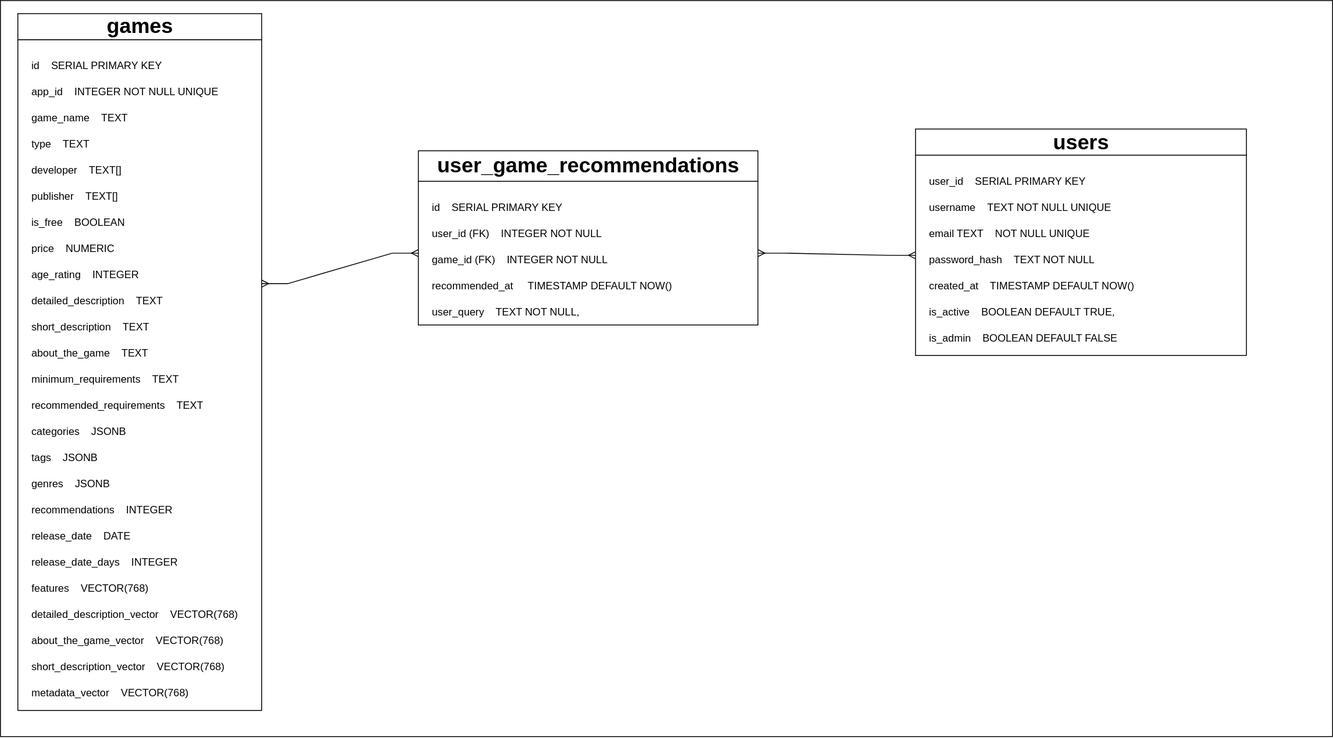
Unsimpable2/GameRecommendation keeps this draw.io diagram as Scripts/Database/Schemat Bazy Danych.svg. Above is the earlier version. Source tidied: cells renumbered, new cells last; positions are measured from the earlier drawing's top-left corner, leaving out a move shared by most shapes.
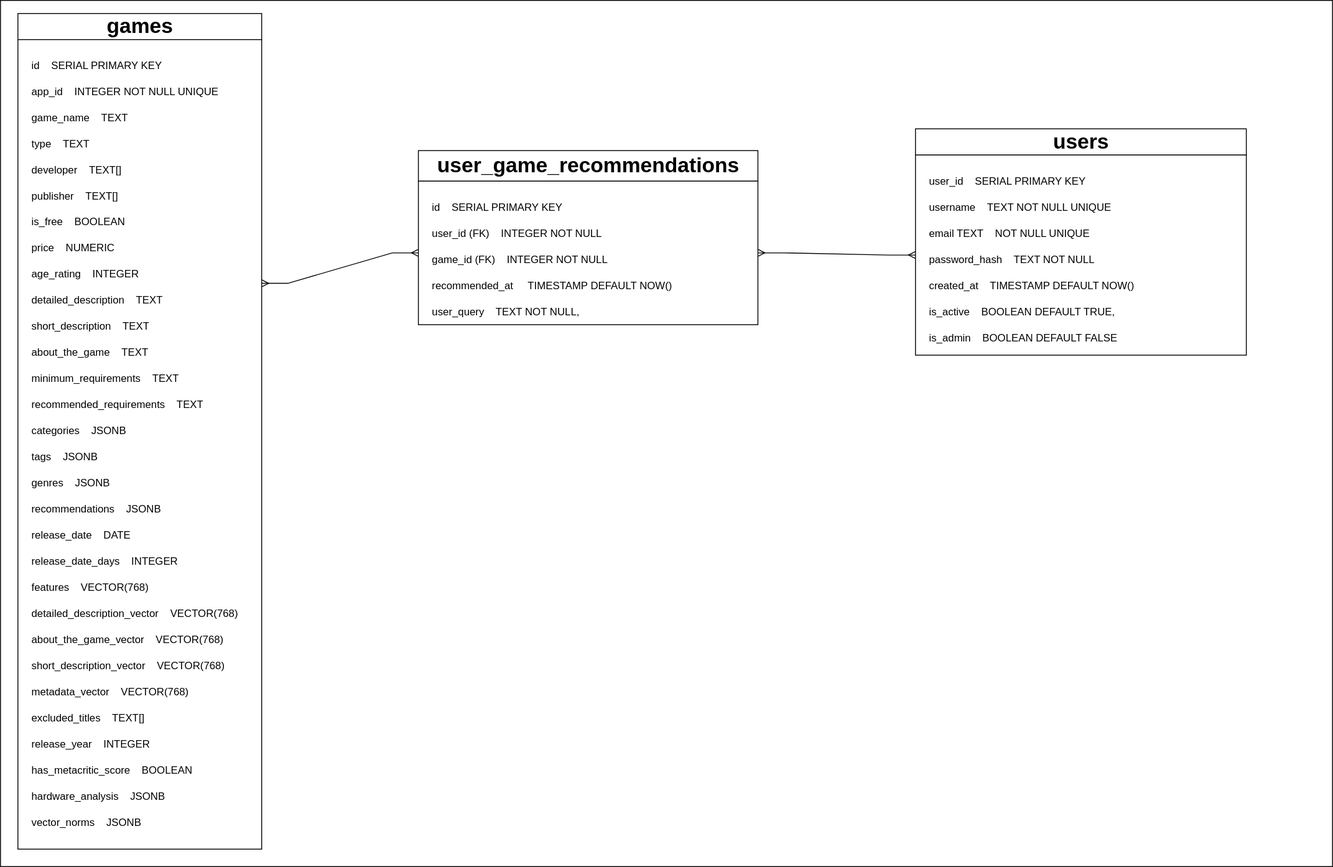
Later version of the same file.

Diff of the diagram source:
```diff
@@ -3,7 +3,7 @@
     <mxCell id="0" />
     <mxCell id="1" parent="0" />
     <mxCell id="2" style="rounded=0;whiteSpace=wrap;html=1;" parent="1" vertex="1">
-      <mxGeometry width="1530" height="845" as="geometry" />
+      <mxGeometry width="1530" height="995" as="geometry" />
     </mxCell>
     <mxCell id="3" style="rounded=0;whiteSpace=wrap;html=1;" parent="1" vertex="1">
       <mxGeometry x="480" y="207.5" width="390" height="165" as="geometry" />
@@ -18,7 +18,7 @@
       <mxGeometry x="20" y="15" width="280" height="30" as="geometry" />
     </mxCell>
     <mxCell id="7" style="rounded=0;whiteSpace=wrap;html=1;" parent="1" vertex="1">
-      <mxGeometry x="20" y="45" width="280" height="770" as="geometry" />
+      <mxGeometry x="20" y="45" width="280" height="930" as="geometry" />
     </mxCell>
     <mxCell id="8" value="id&amp;nbsp; &amp;nbsp;&amp;nbsp;SERIAL PRIMARY KEY" style="text;strokeColor=none;fillColor=none;align=left;verticalAlign=middle;spacingLeft=4;spacingRight=4;overflow=hidden;whiteSpace=wrap;html=1;" parent="1" vertex="1">
       <mxGeometry x="30" y="60" width="320" height="30" as="geometry" />
@@ -47,7 +47,7 @@
     <mxCell id="16" value="release_date&amp;nbsp; &amp;nbsp;&amp;nbsp;DATE" style="text;strokeColor=none;fillColor=none;align=left;verticalAlign=middle;spacingLeft=4;spacingRight=4;overflow=hidden;whiteSpace=wrap;html=1;" parent="1" vertex="1">
       <mxGeometry x="30" y="600" width="320" height="30" as="geometry" />
     </mxCell>
-    <mxCell id="17" value="recommendations&amp;nbsp; &amp;nbsp;&amp;nbsp;INTEGER" style="text;strokeColor=none;fillColor=none;align=left;verticalAlign=middle;spacingLeft=4;spacingRight=4;overflow=hidden;whiteSpace=wrap;html=1;" parent="1" vertex="1">
+    <mxCell id="17" value="recommendations&amp;nbsp; &amp;nbsp;&amp;nbsp;JSONB" style="text;strokeColor=none;fillColor=none;align=left;verticalAlign=middle;spacingLeft=4;spacingRight=4;overflow=hidden;whiteSpace=wrap;html=1;" parent="1" vertex="1">
       <mxGeometry x="30" y="570" width="320" height="30" as="geometry" />
     </mxCell>
     <mxCell id="18" value="genres&amp;nbsp; &amp;nbsp;&amp;nbsp;JSONB" style="text;strokeColor=none;fillColor=none;align=left;verticalAlign=middle;spacingLeft=4;spacingRight=4;overflow=hidden;whiteSpace=wrap;html=1;" parent="1" vertex="1">
@@ -149,5 +149,20 @@
     <mxCell id="50" value="metadata_vector&amp;nbsp; &amp;nbsp; VECTOR(768)" style="text;strokeColor=none;fillColor=none;align=left;verticalAlign=middle;spacingLeft=4;spacingRight=4;overflow=hidden;whiteSpace=wrap;html=1;" parent="1" vertex="1">
       <mxGeometry x="30" y="780" width="320" height="30" as="geometry" />
     </mxCell>
+    <mxCell id="51" value="excluded_titles&amp;nbsp; &amp;nbsp; TEXT[]" style="text;strokeColor=none;fillColor=none;align=left;verticalAlign=middle;spacingLeft=4;spacingRight=4;overflow=hidden;whiteSpace=wrap;html=1;" parent="1" vertex="1">
+      <mxGeometry x="30" y="810" width="320" height="30" as="geometry" />
+    </mxCell>
+    <mxCell id="52" value="release_year&amp;nbsp; &amp;nbsp; INTEGER" style="text;strokeColor=none;fillColor=none;align=left;verticalAlign=middle;spacingLeft=4;spacingRight=4;overflow=hidden;whiteSpace=wrap;html=1;" parent="1" vertex="1">
+      <mxGeometry x="30" y="840" width="320" height="30" as="geometry" />
+    </mxCell>
+    <mxCell id="53" value="has_metacritic_score&amp;nbsp; &amp;nbsp; BOOLEAN" style="text;strokeColor=none;fillColor=none;align=left;verticalAlign=middle;spacingLeft=4;spacingRight=4;overflow=hidden;whiteSpace=wrap;html=1;" parent="1" vertex="1">
+      <mxGeometry x="30" y="870" width="320" height="30" as="geometry" />
+    </mxCell>
+    <mxCell id="54" value="hardware_analysis&amp;nbsp; &amp;nbsp; JSONB" style="text;strokeColor=none;fillColor=none;align=left;verticalAlign=middle;spacingLeft=4;spacingRight=4;overflow=hidden;whiteSpace=wrap;html=1;" parent="1" vertex="1">
+      <mxGeometry x="30" y="900" width="320" height="30" as="geometry" />
+    </mxCell>
+    <mxCell id="55" value="vector_norms&amp;nbsp; &amp;nbsp; JSONB" style="text;strokeColor=none;fillColor=none;align=left;verticalAlign=middle;spacingLeft=4;spacingRight=4;overflow=hidden;whiteSpace=wrap;html=1;" parent="1" vertex="1">
+      <mxGeometry x="30" y="930" width="320" height="30" as="geometry" />
+    </mxCell>
   </root>
 </mxGraphModel>
```
